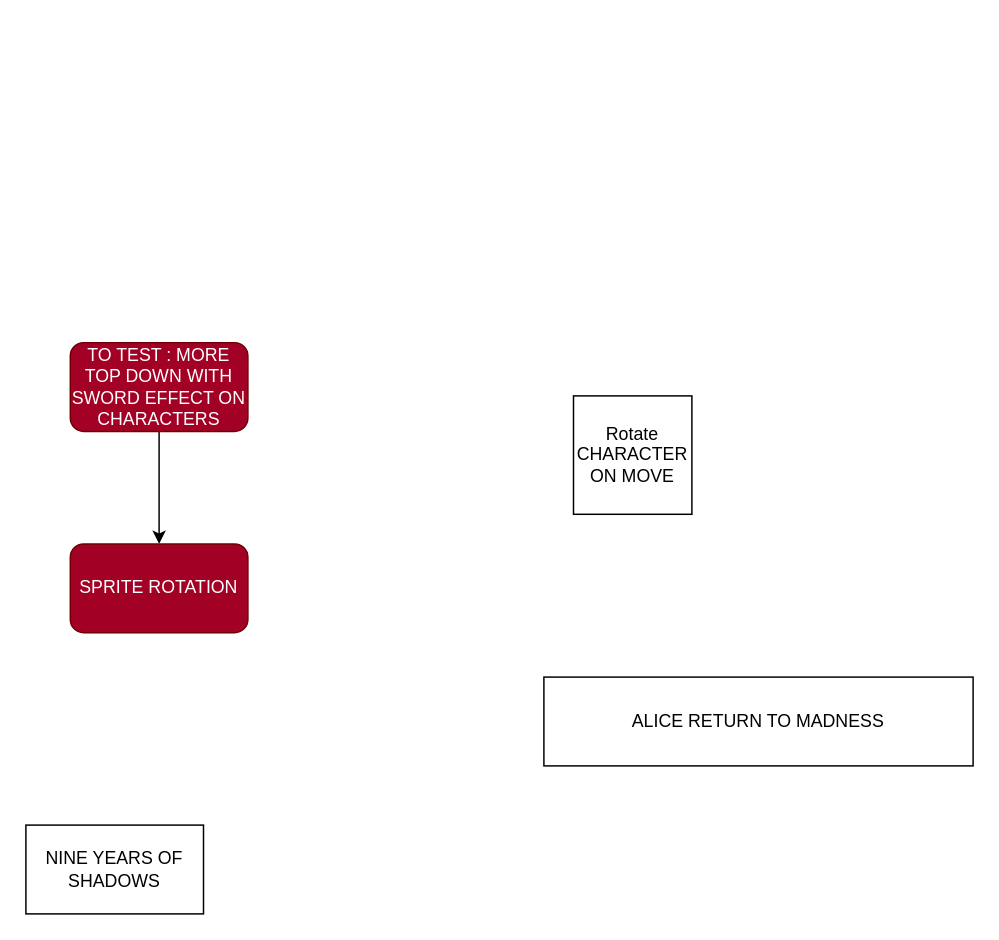
This is GDD.drawio from SantoLeSaintPere/EPSAA-2024-BOSS-RUSH, a draw.io file, before an edit. Source tidied: cells renumbered, new cells numbered last; positions are measured from the earlier drawing's top-left corner, leaving out a move shared by most shapes. Both pictures are drawn from the tidied source at 148%, with x=0, y=0 at pixel (25, 342).
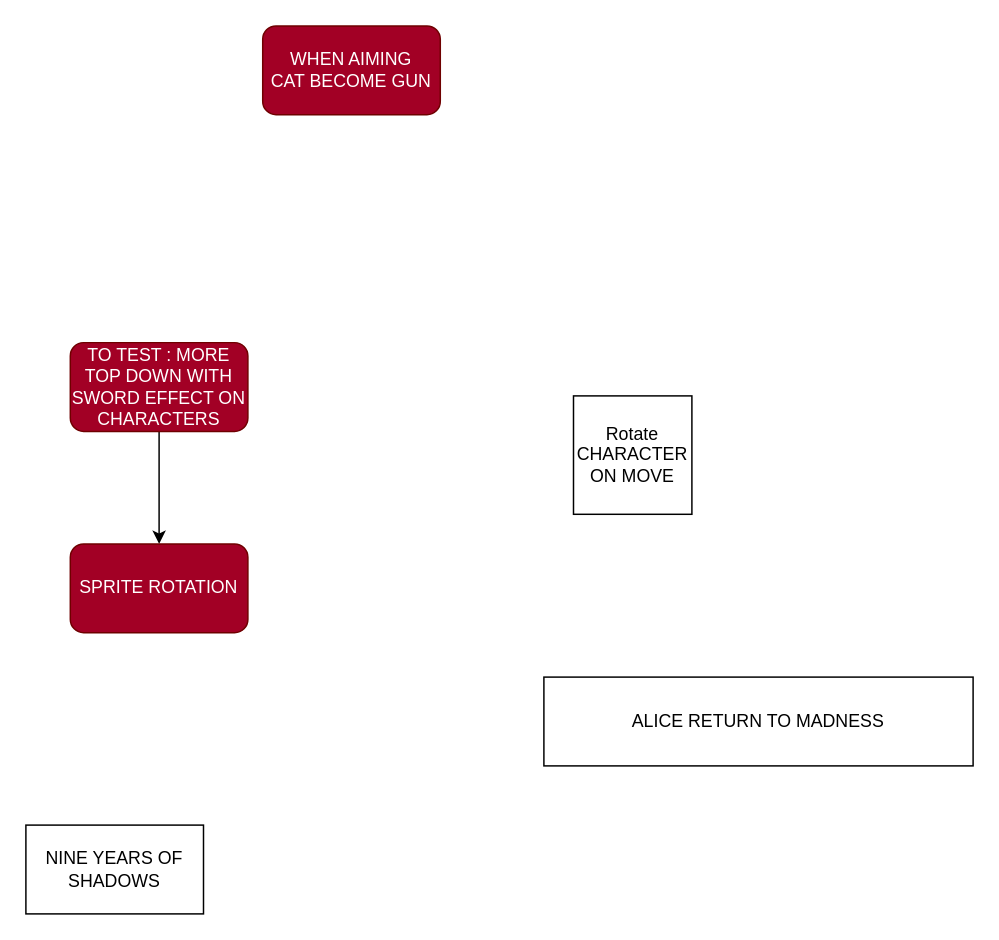
After the change.

Change to the diagram source:
```diff
@@
 <mxGraphModel>
   <root>
     <mxCell id="0" />
     <mxCell id="1" parent="0" />
     <mxCell id="2" value="Rotate CHARACTER ON MOVE" style="whiteSpace=wrap;html=1;" parent="1" vertex="1">
       <mxGeometry x="370" y="36" width="80" height="80" as="geometry" />
     </mxCell>
     <mxCell id="3" value="ALICE RETURN TO MADNESS" style="rounded=0;whiteSpace=wrap;html=1;" parent="1" vertex="1">
       <mxGeometry x="350" y="226" width="290" height="60" as="geometry" />
     </mxCell>
     <mxCell id="4" value="NINE YEARS OF SHADOWS" style="rounded=0;whiteSpace=wrap;html=1;" parent="1" vertex="1">
       <mxGeometry y="326" width="120" height="60" as="geometry" />
     </mxCell>
     <mxCell id="5" style="edgeStyle=orthogonalEdgeStyle;rounded=0;jettySize=auto;html=1;exitX=0.5;exitY=1;exitDx=0;exitDy=0;" parent="1" edge="1" source="6" target="7">
       <mxGeometry relative="1" as="geometry" />
     </mxCell>
     <mxCell id="6" value="TO TEST : MORE TOP DOWN WITH SWORD EFFECT ON CHARACTERS" style="rounded=1;whiteSpace=wrap;html=1;fillColor=#a20025;fontColor=#ffffff;strokeColor=#6F0000;" parent="1" vertex="1">
       <mxGeometry x="30" width="120" height="60" as="geometry" />
     </mxCell>
     <mxCell id="7" value="SPRITE ROTATION" style="rounded=1;whiteSpace=wrap;html=1;fillColor=#a20025;fontColor=#ffffff;strokeColor=#6F0000;" parent="1" vertex="1">
       <mxGeometry x="30" y="136" width="120" height="60" as="geometry" />
     </mxCell>
+    <mxCell id="8" value="WHEN AIMING&lt;div&gt;CAT BECOME GUN&lt;/div&gt;" style="rounded=1;whiteSpace=wrap;html=1;fillColor=#a20025;fontColor=#ffffff;strokeColor=#6F0000;" parent="1" vertex="1">
+      <mxGeometry x="160" y="-214" width="120" height="60" as="geometry" />
+    </mxCell>
   </root>
 </mxGraphModel>
```
